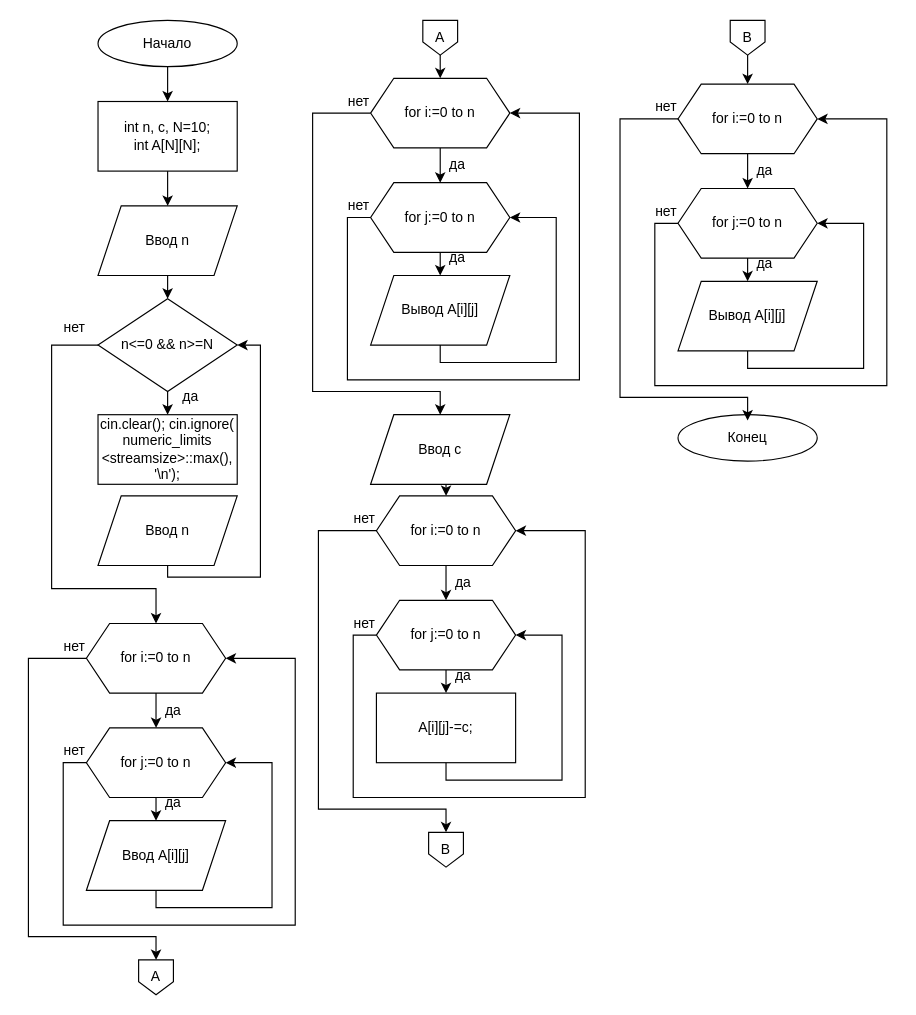
Before: c-lessons/Лабораторная1_2семестр.drawio in lubarog13/codes, a draw.io diagram. Source tidied: cells renumbered, new cells numbered last; positions are measured from the earlier drawing's top-left corner, leaving out a move shared by most shapes. Both pictures are drawn from the tidied source at 116%, with x=0, y=0 at pixel (28, 20).
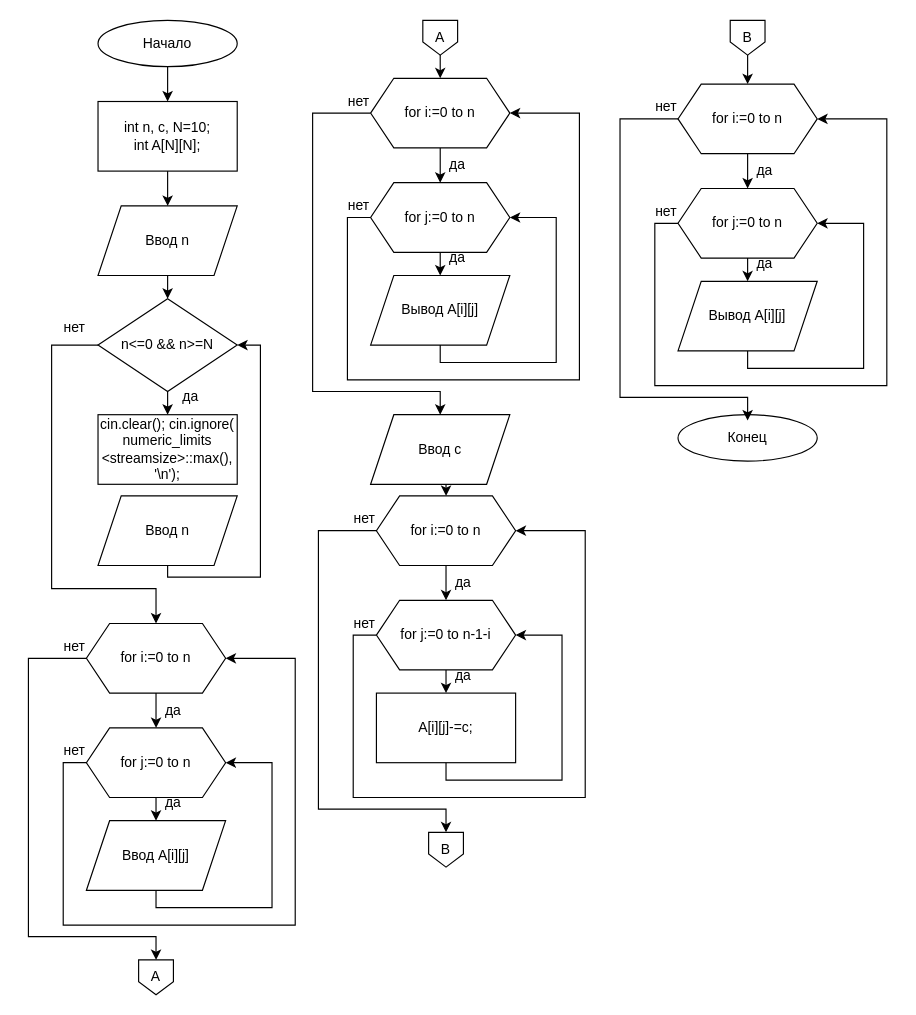
The same page after the edit.

Change to the diagram source:
```diff
@@
-    <mxCell id="54" value="for j:=0 to n" style="shape=hexagon;perimeter=hexagonPerimeter2;whiteSpace=wrap;html=1;fixedSize=1;" parent="1" vertex="1">
+    <mxCell id="54" value="for j:=0 to n-1-i" style="shape=hexagon;perimeter=hexagonPerimeter2;whiteSpace=wrap;html=1;fixedSize=1;" parent="1" vertex="1">
       <mxGeometry x="300" y="500" width="120" height="60" as="geometry" />
     </mxCell>
```
